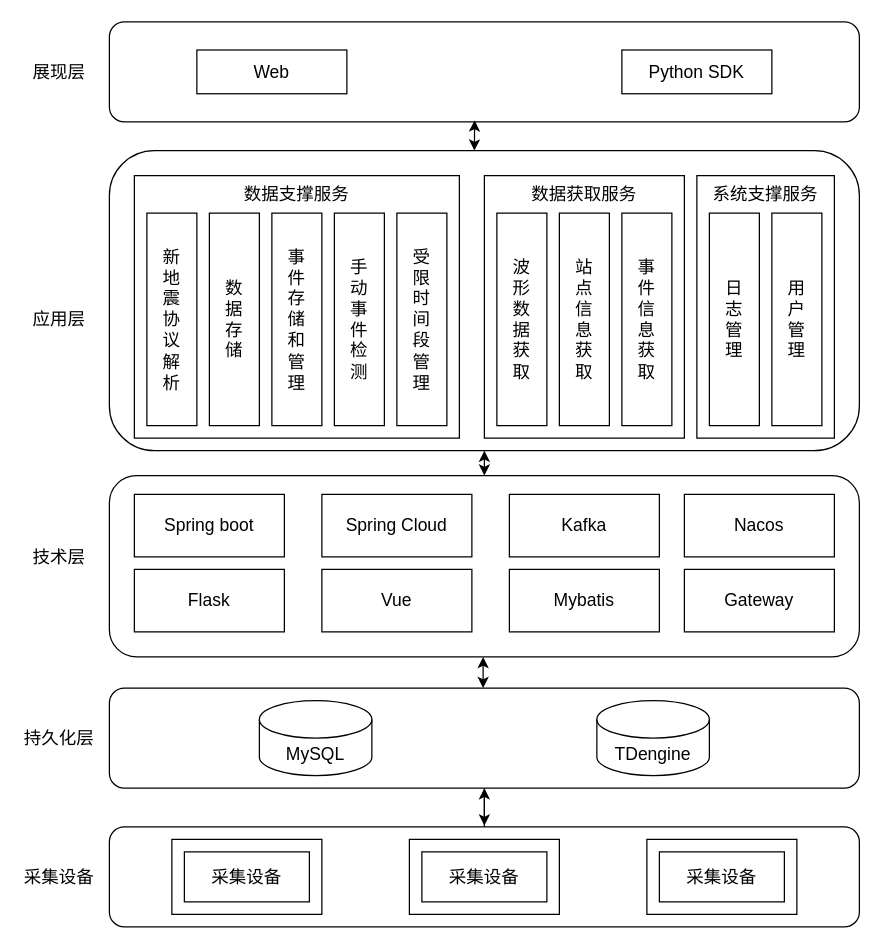
Diend-7/- keeps this draw.io diagram as 系统架构图.drawio. Above is the earlier version. Source tidied: cells renumbered, new cells numbered last; positions are measured from the earlier drawing's top-left corner, leaving out a move shared by most shapes. Both pictures are drawn from the tidied source at 125%, with x=0, y=0 at pixel (21, 21).
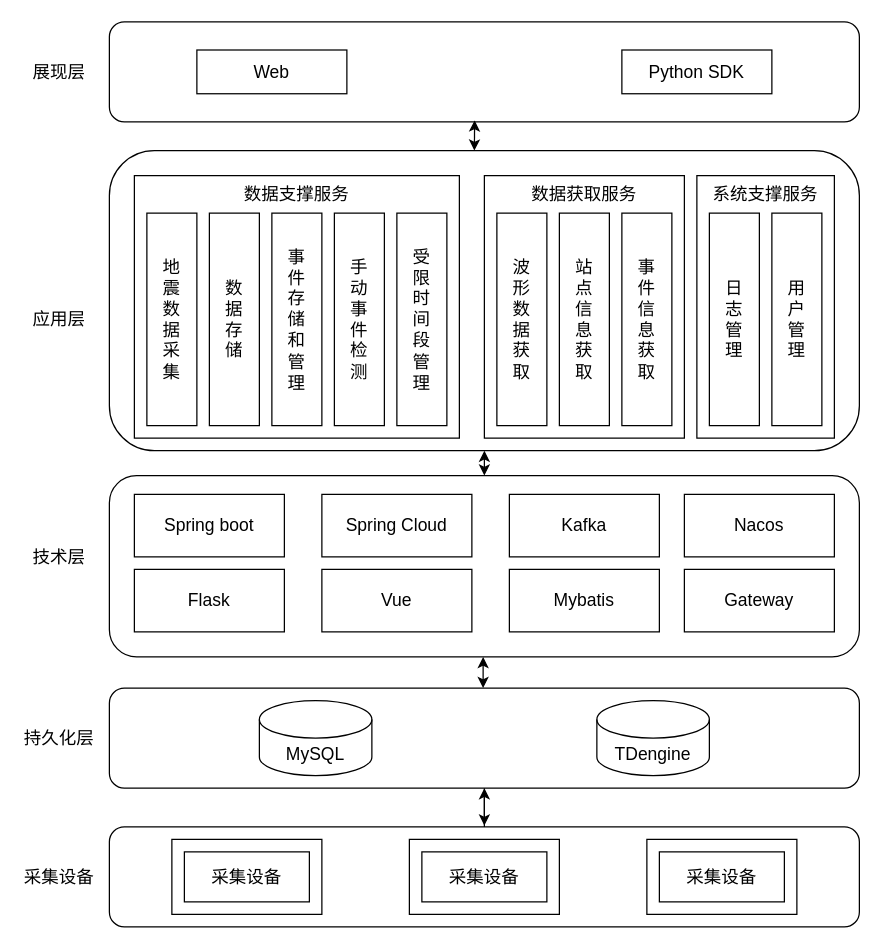
Above is the later version.

Commit message:
更新系统架构图.drawio

Diff of the diagram source:
```diff
@@
-    <mxCell id="7" value="新&lt;br style=&quot;font-size: 14px;&quot;&gt;地&lt;br style=&quot;font-size: 14px;&quot;&gt;震&lt;br style=&quot;font-size: 14px;&quot;&gt;协&lt;br style=&quot;font-size: 14px;&quot;&gt;议&lt;br style=&quot;font-size: 14px;&quot;&gt;解&lt;br style=&quot;font-size: 14px;&quot;&gt;析" style="rounded=0;whiteSpace=wrap;html=1;fontSize=14;" parent="1" vertex="1">
+    <mxCell id="7" value="地&lt;div&gt;震&lt;/div&gt;&lt;div&gt;数&lt;/div&gt;&lt;div&gt;据&lt;/div&gt;&lt;div&gt;采&lt;/div&gt;&lt;div&gt;集&lt;/div&gt;" style="rounded=0;whiteSpace=wrap;html=1;fontSize=14;" parent="1" vertex="1">
       <mxGeometry x="100" y="153" width="40" height="170" as="geometry" />
     </mxCell>
```
